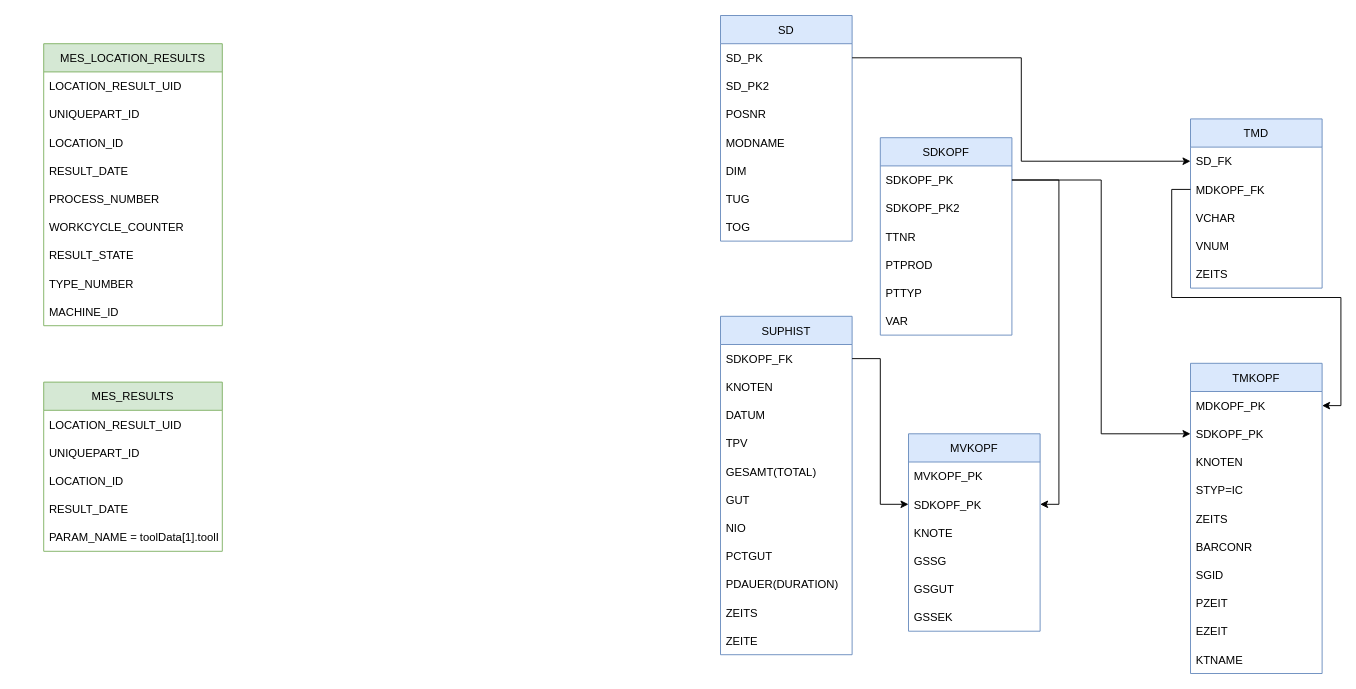
This is Untitled Diagram.drawio from lijzszh/lijzszh, a draw.io file, before an edit. Source tidied: cells renumbered, new cells numbered last; positions are measured from the earlier drawing's top-left corner, leaving out a move shared by most shapes. Both pictures are drawn from the tidied source at 94%, with x=0, y=0 at pixel (43, 15).
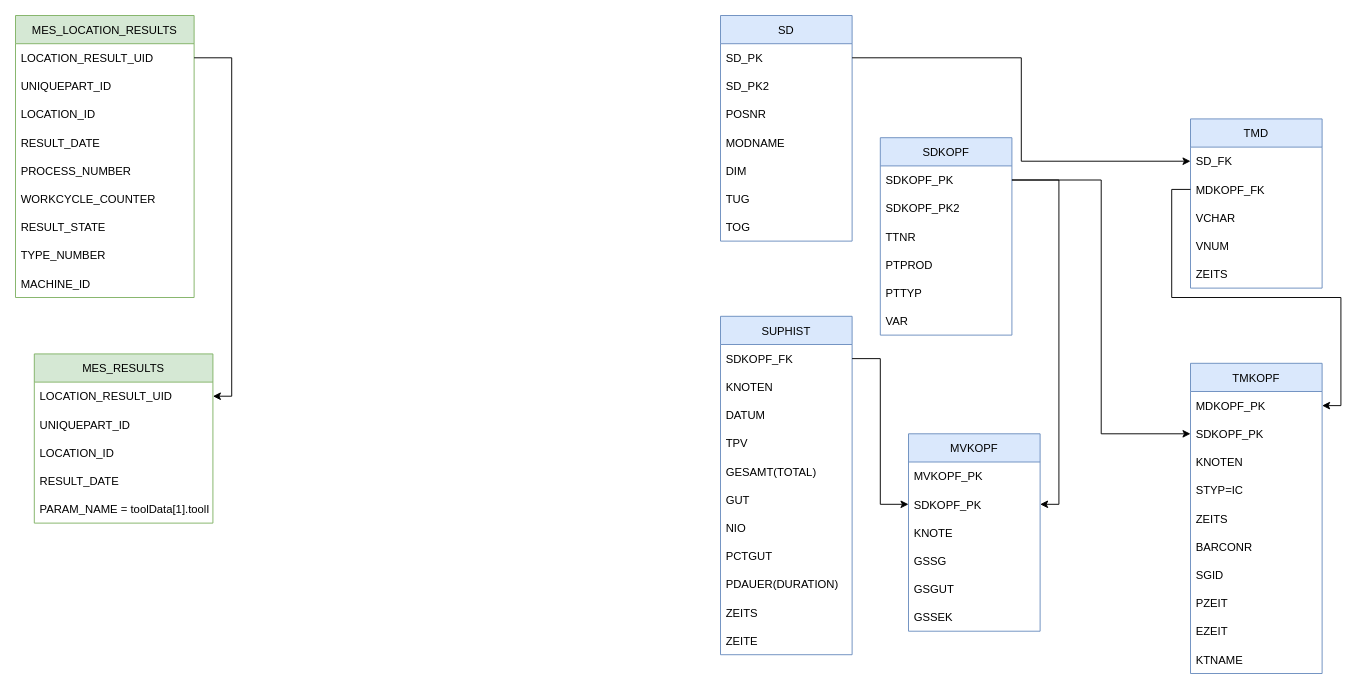
Above is the later version.

Unchanged cells that the change refers to:
```xml
<mxCell id="3" value="LOCATION_RESULT_UID" style="text;strokeColor=none;fillColor=none;align=left;verticalAlign=middle;spacingLeft=4;spacingRight=4;overflow=hidden;points=[[0,0.5],[1,0.5]];portConstraint=eastwest;" parent="2" vertex="1">
  <mxGeometry y="30" width="190" height="30" as="geometry" />
</mxCell>
<mxCell id="21" value="LOCATION_RESULT_UID" style="text;strokeColor=none;fillColor=none;align=left;verticalAlign=middle;spacingLeft=4;spacingRight=4;overflow=hidden;points=[[0,0.5],[1,0.5]];portConstraint=eastwest;" parent="20" vertex="1">
  <mxGeometry y="30" width="190" height="30" as="geometry" />
</mxCell>
```

The edit, as a diff of the source:
```diff
@@
     <mxCell id="2" value="MES_LOCATION_RESULTS" style="swimlane;fontStyle=0;horizontal=1;startSize=30;fillColor=#d5e8d4;strokeColor=#82b366;" parent="1" vertex="1">
-      <mxGeometry y="30" width="190" height="300" as="geometry" />
+      <mxGeometry x="-30" width="190" height="300" as="geometry" />
     </mxCell>
@@
     <mxCell id="20" value="MES_RESULTS" style="swimlane;fontStyle=0;horizontal=1;startSize=30;fillColor=#d5e8d4;strokeColor=#82b366;" parent="1" vertex="1">
-      <mxGeometry y="390" width="190" height="180" as="geometry" />
+      <mxGeometry x="-10" y="360" width="190" height="180" as="geometry" />
     </mxCell>
@@
+    <mxCell id="74" style="edgeStyle=orthogonalEdgeStyle;rounded=0;jettySize=auto;html=1;entryX=1;entryY=0.5;entryDx=0;entryDy=0;" parent="1" edge="1" source="3" target="21">
+      <mxGeometry relative="1" as="geometry" />
+    </mxCell>
```
